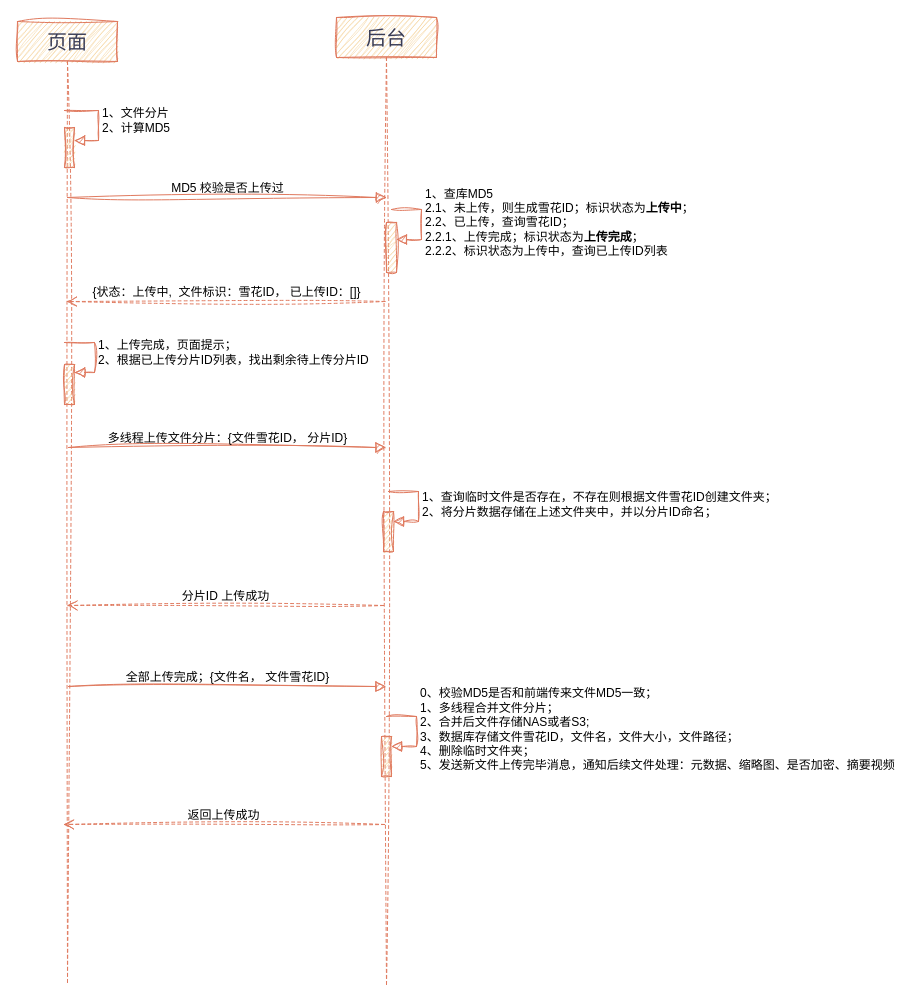
This is page "上传逻辑" (1 of 3) of 未命名绘图.drawio from Utihbi/pics, a draw.io file, before an edit. Source tidied: cells renumbered, new cells numbered last; positions are measured from the earlier drawing's top-left corner, leaving out a move shared by most shapes. Both pictures are drawn from the tidied source at 100%, with x=0, y=0 at pixel (17, 17).
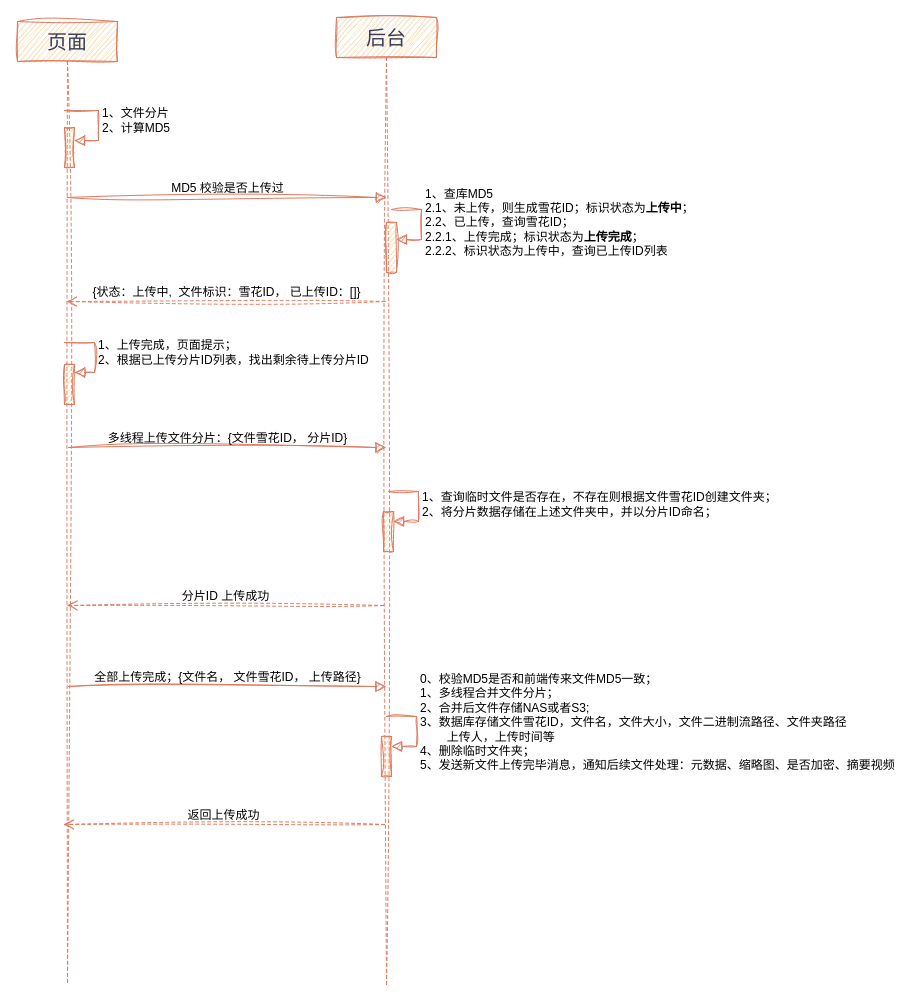
The same page after the edit.

Commit message:
添加子文件服务.drawio

Unchanged cells that the change refers to:
```xml
<mxCell id="7" value="后台" style="shape=umlLifeline;perimeter=lifelinePerimeter;whiteSpace=wrap;html=1;outlineConnect=0;portConstraint=eastwest;newEdgeStyle={&quot;curved&quot;:0,&quot;rounded&quot;:0};fontSize=20;sketch=1;curveFitting=1;jiggle=2;labelBackgroundColor=none;fillColor=#F2CC8F;strokeColor=#E07A5F;fontColor=#393C56;" parent="1" vertex="1">
  <mxGeometry x="319" width="100" height="967" as="geometry" />
</mxCell>
<mxCell id="13" style="html=1;points=[[0,0,0,0,5],[0,1,0,0,-5],[1,0,0,0,5],[1,1,0,0,-5]];perimeter=orthogonalPerimeter;outlineConnect=0;targetShapes=umlLifeline;portConstraint=eastwest;newEdgeStyle={&quot;curved&quot;:0,&quot;rounded&quot;:0};sketch=1;curveFitting=1;jiggle=2;labelBackgroundColor=none;fillColor=#F2CC8F;strokeColor=#E07A5F;fontColor=#393C56;" parent="7" vertex="1">
  <mxGeometry x="45" y="719" width="10" height="40" as="geometry" />
</mxCell>
```

What changed in the source:
```diff
@@
-    <mxCell id="14" value="&lt;div&gt;0、校验MD5是否和前端传来文件MD5一致；&lt;/div&gt;1、多线程合并文件分片；&lt;div&gt;2、合并后文件存储NAS或者S3;&lt;br&gt;&lt;div&gt;3、数据库存储文件雪花ID，文件名，文件大小，文件路径；&lt;/div&gt;&lt;div&gt;4、删除临时文件夹；&lt;/div&gt;&lt;/div&gt;&lt;div&gt;5、发送新文件上传完毕消息，通知后续文件处理：元数据、缩略图、是否加密、摘要视频&lt;/div&gt;" style="html=1;align=left;spacingLeft=2;endArrow=block;rounded=0;edgeStyle=orthogonalEdgeStyle;curved=0;rounded=0;fontSize=12;startSize=8;endSize=8;sketch=1;curveFitting=1;jiggle=2;labelBackgroundColor=none;strokeColor=#E07A5F;fontColor=default;" parent="7" edge="1" target="13">
-      <mxGeometry relative="1" as="geometry">
+    <mxCell id="14" value="&lt;div&gt;0、校验MD5是否和前端传来文件MD5一致；&lt;/div&gt;1、多线程合并文件分片；&lt;div&gt;2、合并后文件存储NAS或者S3;&lt;br&gt;&lt;div&gt;3、数据库存储文件雪花ID，文件名，文件大小，文件二进制流路径、文件夹路径&lt;/div&gt;&lt;div&gt;&lt;span style=&quot;white-space: pre;&quot;&gt;&#9;&lt;/span&gt;上传人，上传时间等&lt;br&gt;&lt;/div&gt;&lt;div&gt;4、删除临时文件夹；&lt;/div&gt;&lt;/div&gt;&lt;div&gt;5、发送新文件上传完毕消息，通知后续文件处理：元数据、缩略图、是否加密、摘要视频&lt;/div&gt;&lt;div&gt;&lt;br&gt;&lt;/div&gt;" style="html=1;align=left;spacingLeft=2;endArrow=block;rounded=0;edgeStyle=orthogonalEdgeStyle;curved=0;rounded=0;fontSize=12;startSize=8;endSize=8;sketch=1;curveFitting=1;jiggle=2;labelBackgroundColor=none;strokeColor=#E07A5F;fontColor=default;" parent="7" edge="1" target="13">
+      <mxGeometry x="0.01" relative="1" as="geometry">
         <mxPoint x="50" y="699" as="sourcePoint" />
         <Array as="points">
           <mxPoint x="80" y="729" />
         </Array>
       </mxGeometry>
     </mxCell>
@@
-    <mxCell id="20" value="全部上传完成；{文件名， 文件雪花ID}" style="html=1;verticalAlign=bottom;endArrow=block;curved=0;rounded=0;fontSize=12;startSize=8;endSize=8;sketch=1;curveFitting=1;jiggle=2;labelBackgroundColor=none;strokeColor=#E07A5F;fontColor=default;" parent="1" edge="1" target="7">
+    <mxCell id="20" value="全部上传完成；{文件名， 文件雪花ID， 上传路径}" style="html=1;verticalAlign=bottom;endArrow=block;curved=0;rounded=0;fontSize=12;startSize=8;endSize=8;sketch=1;curveFitting=1;jiggle=2;labelBackgroundColor=none;strokeColor=#E07A5F;fontColor=default;" parent="1" edge="1" target="7">
       <mxGeometry relative="1" as="geometry">
         <mxPoint x="51" y="669" as="sourcePoint" />
       </mxGeometry>
     </mxCell>
```
